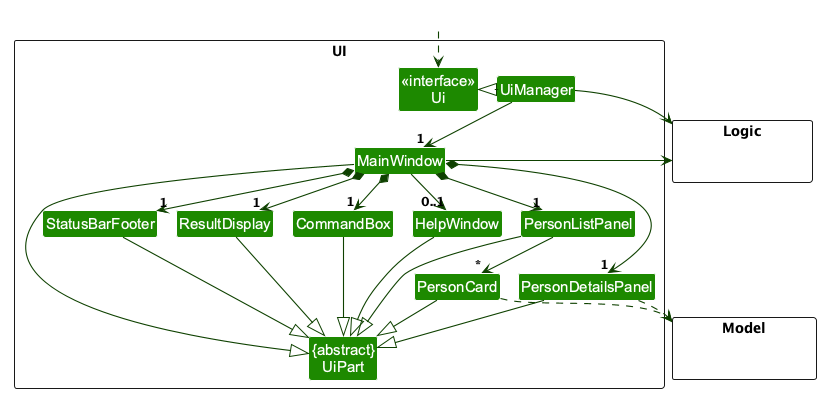
The PlantUML diagram docs/images/UiClassDiagram.png in AY2627S1-CS2103T-F11-1/tp, before a commit.
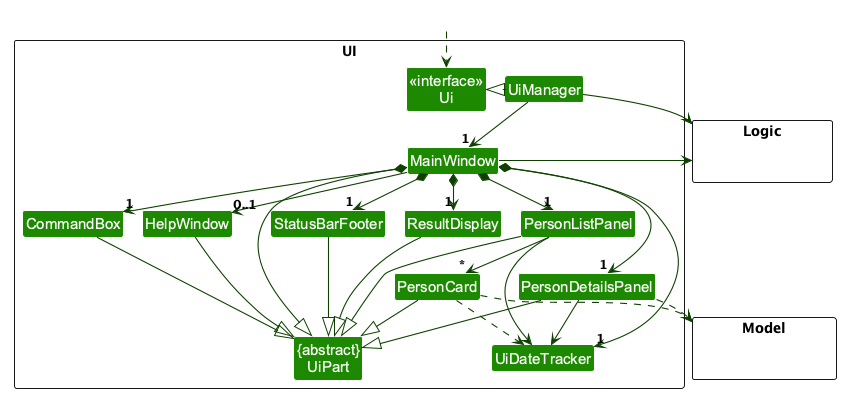
Later version of the same file.

Change to the diagram source:
```diff
@@ -15,6 +15,7 @@
 Class PersonListPanel
 Class PersonDetailsPanel
 Class PersonCard
+Class UiDateTracker
 Class StatusBarFooter
 Class CommandBox
 }
@@ -36,10 +37,14 @@
 MainWindow *-down-> "1" ResultDisplay
 MainWindow *-down-> "1" PersonListPanel
 MainWindow *-down-> "1" PersonDetailsPanel
+MainWindow *-down-> "1" UiDateTracker
 MainWindow *-down-> "1" StatusBarFooter
 MainWindow --> "0..1" HelpWindow
 
 PersonListPanel -down-> "*" PersonCard
+PersonListPanel --> UiDateTracker
+PersonDetailsPanel --> UiDateTracker
+PersonCard ..> UiDateTracker
 
 MainWindow -left-|> UiPart
 
```
